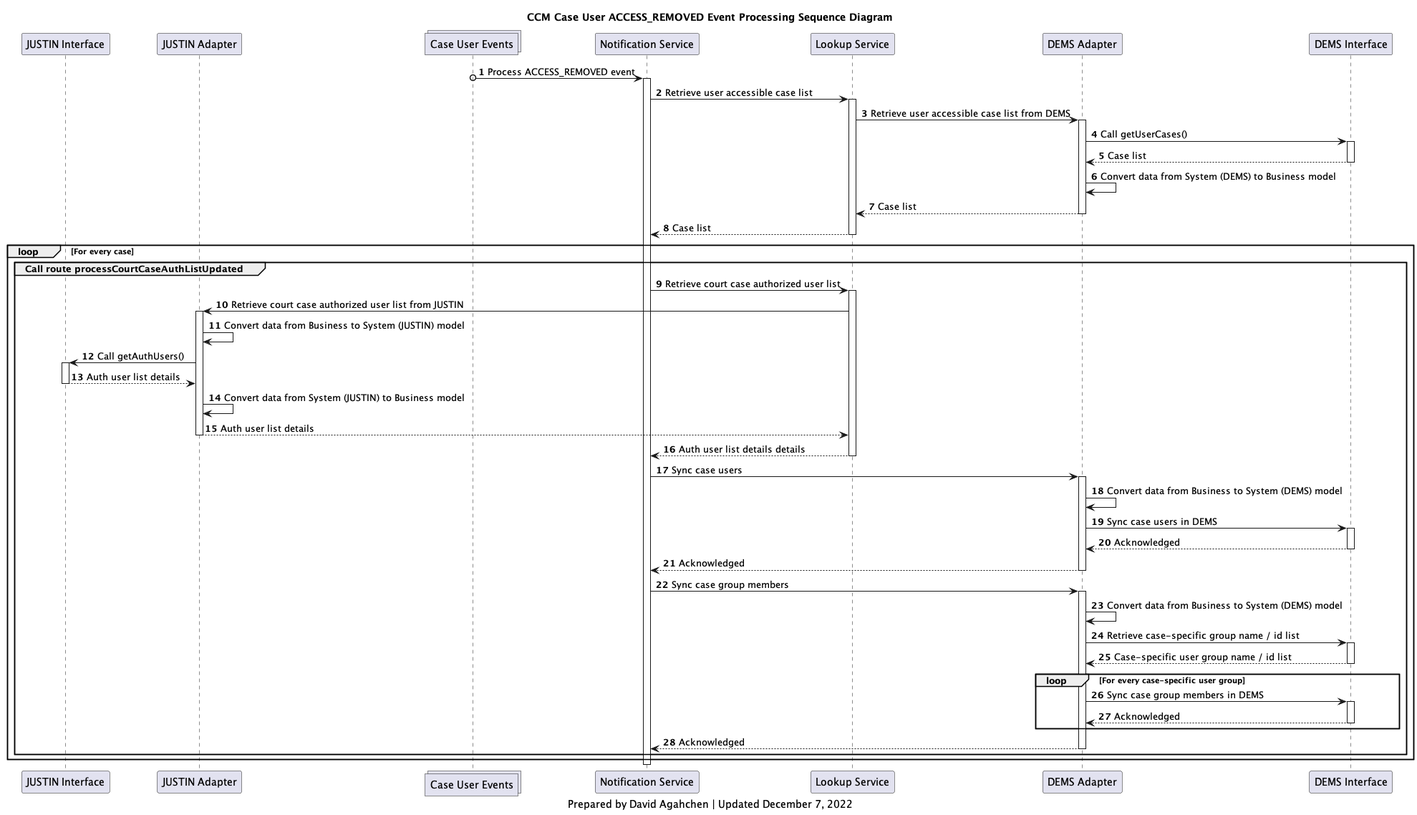
bcgov/jpss-jade-ccm keeps this PlantUML diagram as diagrams/img/ccm_case_user_access_removed_processing_sequence_diagram.png. Above is the earlier version.
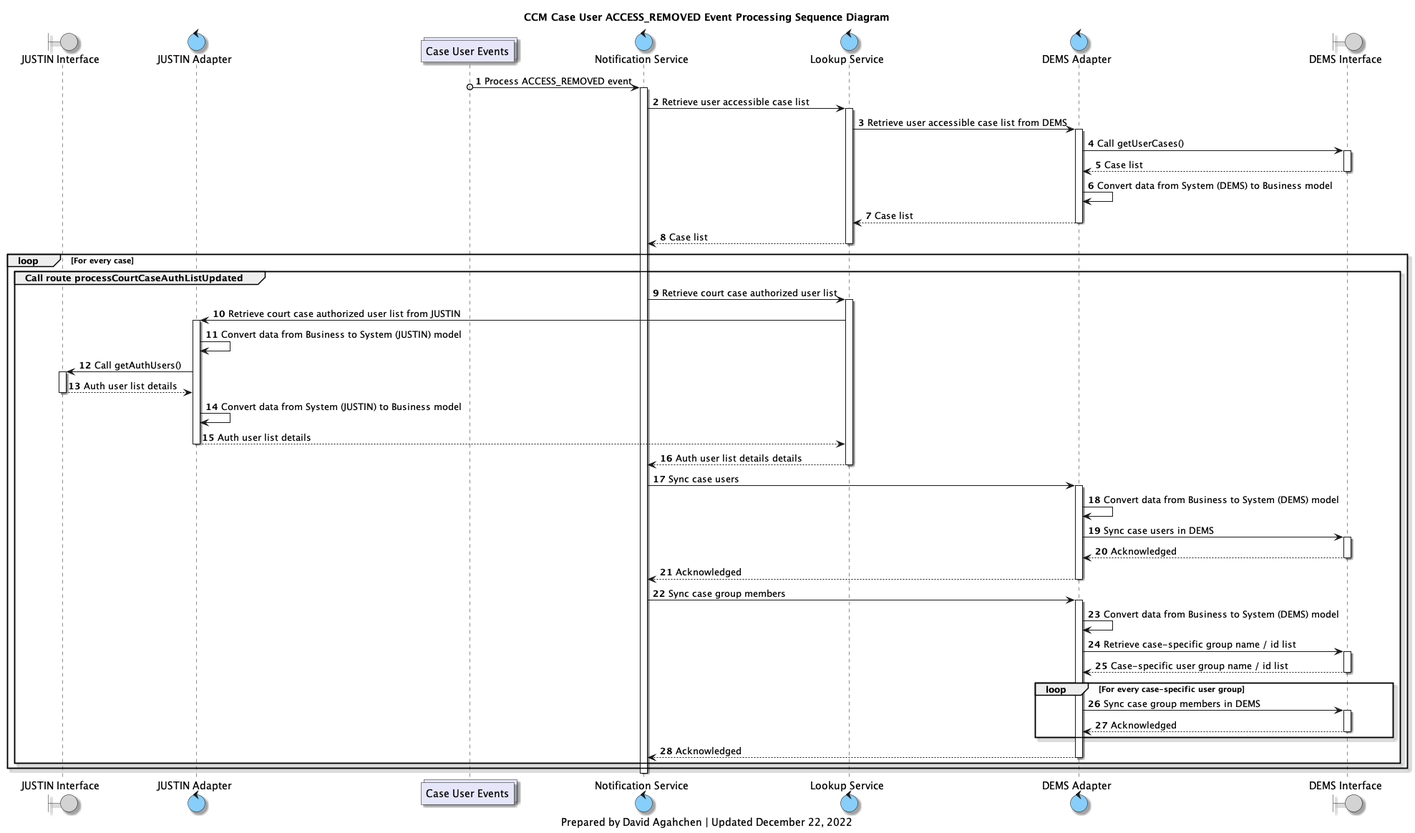
Later version of the same file.

The edit, as a diff of the source:
```diff
@@ -1,12 +1,18 @@
 @startuml
 
-participant j_interface as "JUSTIN Interface"
-participant j_adapter as "JUSTIN Adapter"
+skinparam Shadowing true
+skinparam CollectionsBackgroundColor Lavender
+skinparam ControlBackgroundColor LightSkyBlue
+skinparam BoundaryBackgroundColor LightGrey
+
+
+boundary j_interface as "JUSTIN Interface"
+control j_adapter as "JUSTIN Adapter"
 collections case_users_topic as "Case User Events"
-participant notification_service as "Notification Service"
-participant lookup_service as "Lookup Service"
-participant d_adapter as "DEMS Adapter"
-participant d_interface as "DEMS Interface"
+control notification_service as "Notification Service"
+control lookup_service as "Lookup Service"
+control d_adapter as "DEMS Adapter"
+boundary d_interface as "DEMS Interface"
 
 
 title
@@ -84,6 +90,6 @@
 deactivate notification_service
 
 caption
-Prepared by David Agahchen | Updated December 7, 2022
+Prepared by David Agahchen | Updated December 22, 2022
 end caption
 @enduml
```
